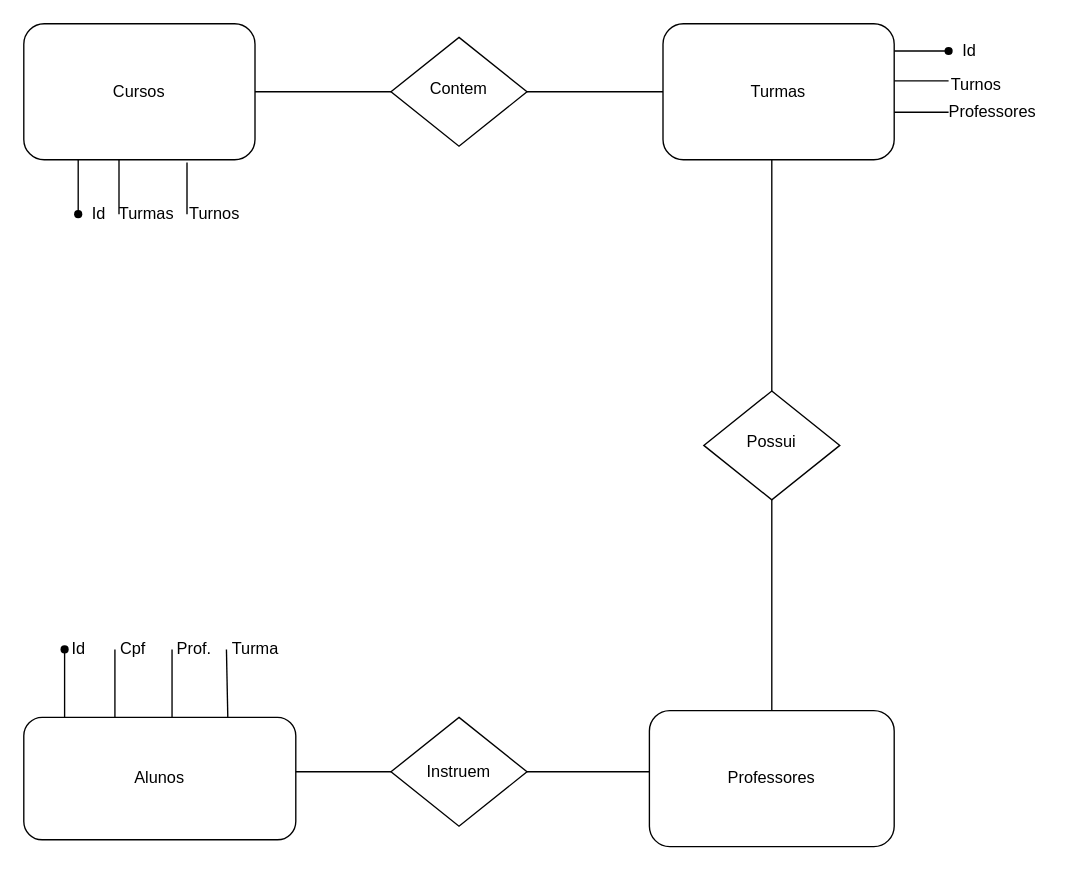
devpedrosou/trabalhoindividualjs keeps this draw.io diagram as Cópia do Diagrama sem nome.drawio. Above is the earlier version. Source tidied: cells renumbered, new cells numbered last; positions are measured from the earlier drawing's top-left corner, leaving out a move shared by most shapes. Both pictures are drawn from the tidied source at 136%, with x=0, y=0 at pixel (23, 23).
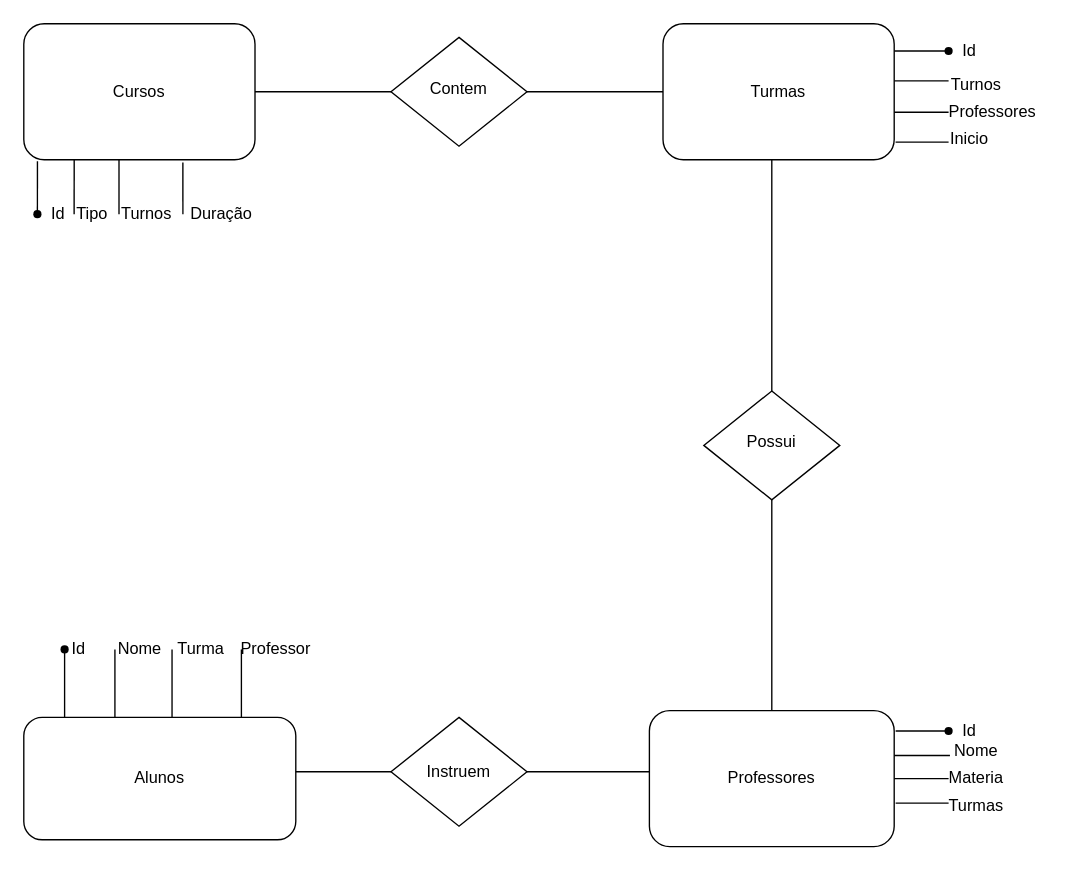
The same diagram, later.

Commit message:
diagrama finalizado

Unchanged cells that the change refers to:
```xml
<mxCell id="2" value="Cursos" style="rounded=1;whiteSpace=wrap;html=1;fontSize=12;glass=0;strokeWidth=1;shadow=0;" parent="1" vertex="1">
  <mxGeometry width="170" height="100" as="geometry" />
</mxCell>
<mxCell id="5" value="Turmas" style="rounded=1;whiteSpace=wrap;html=1;fontSize=12;glass=0;strokeWidth=1;shadow=0;" parent="1" vertex="1">
  <mxGeometry x="470" width="170" height="100" as="geometry" />
</mxCell>
<mxCell id="6" value="Alunos" style="rounded=1;whiteSpace=wrap;html=1;fontSize=12;glass=0;strokeWidth=1;shadow=0;" parent="1" vertex="1">
  <mxGeometry y="510" width="200" height="90" as="geometry" />
</mxCell>
<mxCell id="13" value="Professores" style="rounded=1;whiteSpace=wrap;html=1;" parent="1" vertex="1">
  <mxGeometry x="460" y="505" width="180" height="100" as="geometry" />
</mxCell>
```

What changed in the source:
```diff
@@
-    <mxCell id="10" style="endArrow=none;html=1;rounded=0;exitX=0.55;exitY=0.4;exitDx=0;exitDy=0;exitPerimeter=0;" parent="1" edge="1" source="11">
+    <mxCell id="10" style="endArrow=none;html=1;rounded=0;entryX=0.059;entryY=1.01;entryDx=0;entryDy=0;entryPerimeter=0;" parent="1" edge="1" target="2">
       <mxGeometry relative="1" as="geometry">
-        <mxPoint x="40" y="100" as="targetPoint" />
+        <mxPoint x="10" y="140" as="sourcePoint" />
       </mxGeometry>
     </mxCell>
     <mxCell id="11" style="shape=waypoint;sketch=0;fillStyle=solid;size=6;points=[];fillColor=none;perimeter=centerPerimeter;snapToPoint=1;" parent="1" vertex="1">
-      <mxGeometry x="30" y="130" width="20" height="20" as="geometry" />
+      <mxGeometry y="130" width="20" height="20" as="geometry" />
     </mxCell>
     <mxCell id="12" value="Id" style="text;html=1;align=center;verticalAlign=middle;strokeColor=none;fillColor=none;" parent="1" vertex="1">
-      <mxGeometry x="40" y="125" width="30" height="30" as="geometry" />
+      <mxGeometry x="10" y="125" width="30" height="30" as="geometry" />
     </mxCell>
@@
-    <mxCell id="21" value="Cpf" style="text;html=1;align=center;verticalAlign=middle;strokeColor=none;fillColor=none;" parent="1" vertex="1">
-      <mxGeometry x="60" y="445" width="40" height="30" as="geometry" />
+    <mxCell id="21" value="Nome" style="text;html=1;align=center;verticalAlign=middle;strokeColor=none;fillColor=none;" parent="1" vertex="1">
+      <mxGeometry x="55" y="445" width="60" height="30" as="geometry" />
     </mxCell>
@@
     <mxCell id="23" value="Turma" style="text;html=1;align=center;verticalAlign=middle;strokeColor=none;fillColor=none;" parent="1" vertex="1">
-      <mxGeometry x="140" y="445" width="60" height="30" as="geometry" />
+      <mxGeometry x="100" y="445" width="60" height="30" as="geometry" />
     </mxCell>
@@
-    <mxCell id="26" value="Prof." style="text;html=1;align=center;verticalAlign=middle;points=[];strokeColor=none;fillColor=none;" parent="1" vertex="1">
-      <mxGeometry x="100" y="445" width="50" height="30" as="geometry" />
+    <mxCell id="26" value="Professor" style="text;html=1;align=center;verticalAlign=middle;points=[];strokeColor=none;fillColor=none;" parent="1" vertex="1">
+      <mxGeometry x="150" y="445" width="70" height="30" as="geometry" />
     </mxCell>
-    <mxCell id="27" style="endArrow=none;html=1;rounded=0;exitX=0.75;exitY=0;exitDx=0;exitDy=0;entryX=0.98;entryY=0.5;entryDx=0;entryDy=0;entryPerimeter=0;" parent="1" edge="1" source="6" target="26">
-      <mxGeometry relative="1" as="geometry" />
+    <mxCell id="27" style="endArrow=none;html=1;rounded=0;" parent="1" edge="1">
+      <mxGeometry relative="1" as="geometry">
+        <mxPoint x="160" y="510" as="sourcePoint" />
+        <mxPoint x="160" y="460" as="targetPoint" />
+      </mxGeometry>
     </mxCell>
-    <mxCell id="28" style="endArrow=none;html=1;rounded=0;" parent="1" edge="1">
+    <mxCell id="28" style="endArrow=none;html=1;rounded=0;entryX=0.218;entryY=1;entryDx=0;entryDy=0;entryPerimeter=0;" parent="1" edge="1" target="2">
       <mxGeometry relative="1" as="geometry">
-        <mxPoint x="70" y="140" as="sourcePoint" />
-        <mxPoint x="70" y="100" as="targetPoint" />
+        <mxPoint x="37" y="140" as="sourcePoint" />
       </mxGeometry>
     </mxCell>
-    <mxCell id="29" value="Turmas" style="text;html=1;align=center;verticalAlign=middle;strokeColor=none;fillColor=none;" parent="1" vertex="1">
-      <mxGeometry x="60" y="125" width="60" height="30" as="geometry" />
+    <mxCell id="29" value="Tipo" style="text;html=1;align=center;verticalAlign=middle;strokeColor=none;fillColor=none;" parent="1" vertex="1">
+      <mxGeometry x="25" y="125" width="50" height="30" as="geometry" />
     </mxCell>
-    <mxCell id="30" style="endArrow=none;html=1;rounded=0;entryX=0.706;entryY=1.02;entryDx=0;entryDy=0;entryPerimeter=0;" parent="1" edge="1" target="2">
+    <mxCell id="30" style="endArrow=none;html=1;rounded=0;" parent="1" edge="1">
       <mxGeometry relative="1" as="geometry">
-        <mxPoint x="120" y="140" as="sourcePoint" />
+        <mxPoint x="70" y="140" as="sourcePoint" />
+        <mxPoint x="70" y="100" as="targetPoint" />
       </mxGeometry>
     </mxCell>
     <mxCell id="31" value="Turnos" style="text;html=1;align=center;verticalAlign=middle;strokeColor=none;fillColor=none;" parent="1" vertex="1">
-      <mxGeometry x="110" y="125" width="60" height="30" as="geometry" />
+      <mxGeometry x="60" y="125" width="60" height="30" as="geometry" />
     </mxCell>
@@
+    <mxCell id="40" value="Duração" style="text;html=1;align=center;verticalAlign=middle;strokeColor=none;fillColor=none;" parent="1" vertex="1">
+      <mxGeometry x="110" y="125" width="70" height="30" as="geometry" />
+    </mxCell>
+    <mxCell id="41" style="endArrow=none;html=1;rounded=0;entryX=0.688;entryY=1.02;entryDx=0;entryDy=0;entryPerimeter=0;" parent="1" edge="1" target="2">
+      <mxGeometry relative="1" as="geometry">
+        <mxPoint x="117" y="140" as="sourcePoint" />
+      </mxGeometry>
+    </mxCell>
+    <mxCell id="42" style="endArrow=none;html=1;rounded=0;entryX=1.006;entryY=0.87;entryDx=0;entryDy=0;entryPerimeter=0;" parent="1" edge="1" target="5">
+      <mxGeometry relative="1" as="geometry">
+        <mxPoint x="680" y="87" as="sourcePoint" />
+      </mxGeometry>
+    </mxCell>
+    <mxCell id="43" value="Inicio" style="text;html=1;align=center;verticalAlign=middle;strokeColor=none;fillColor=none;" parent="1" vertex="1">
+      <mxGeometry x="670" y="70" width="50" height="30" as="geometry" />
+    </mxCell>
+    <mxCell id="44" style="endArrow=none;html=1;rounded=0;exitX=1.006;exitY=0.15;exitDx=0;exitDy=0;exitPerimeter=0;" parent="1" edge="1" source="13">
+      <mxGeometry relative="1" as="geometry">
+        <mxPoint x="680" y="520" as="targetPoint" />
+      </mxGeometry>
+    </mxCell>
+    <mxCell id="45" value="Nome" style="text;html=1;align=center;verticalAlign=middle;strokeColor=none;fillColor=none;" parent="1" vertex="1">
+      <mxGeometry x="670" y="520" width="60" height="30" as="geometry" />
+    </mxCell>
+    <mxCell id="46" style="shape=waypoint;sketch=0;size=6;fillColor=none;perimeter=centerPerimeter;" parent="1" vertex="1">
+      <mxGeometry x="670" y="510" width="20" height="20" as="geometry" />
+    </mxCell>
+    <mxCell id="47" value="Id" style="text;html=1;align=center;verticalAlign=middle;points=[];strokeColor=none;fillColor=none;" parent="1" vertex="1">
+      <mxGeometry x="680" y="505" width="30" height="30" as="geometry" />
+    </mxCell>
+    <mxCell id="48" style="endArrow=none;html=1;rounded=0;exitX=0.033;exitY=1.1;exitDx=0;exitDy=0;exitPerimeter=0;" parent="1" edge="1" source="47">
+      <mxGeometry relative="1" as="geometry">
+        <mxPoint x="640" y="538" as="targetPoint" />
+      </mxGeometry>
+    </mxCell>
+    <mxCell id="49" value="Materia" style="text;html=1;align=center;verticalAlign=middle;strokeColor=none;fillColor=none;" parent="1" vertex="1">
+      <mxGeometry x="670" y="540" width="60" height="30" as="geometry" />
+    </mxCell>
+    <mxCell id="50" style="endArrow=none;html=1;rounded=0;exitX=1;exitY=0.5;exitDx=0;exitDy=0;" parent="1" edge="1" source="13">
+      <mxGeometry relative="1" as="geometry">
+        <mxPoint x="680" y="555" as="targetPoint" />
+      </mxGeometry>
+    </mxCell>
+    <mxCell id="51" value="Turmas" style="text;html=1;align=center;verticalAlign=middle;strokeColor=none;fillColor=none;" parent="1" vertex="1">
+      <mxGeometry x="670" y="560" width="60" height="30" as="geometry" />
+    </mxCell>
+    <mxCell id="52" style="endArrow=none;html=1;rounded=0;exitX=1.006;exitY=0.68;exitDx=0;exitDy=0;exitPerimeter=0;" parent="1" edge="1" source="13">
+      <mxGeometry relative="1" as="geometry">
+        <mxPoint x="680" y="573" as="targetPoint" />
+      </mxGeometry>
+    </mxCell>
```
